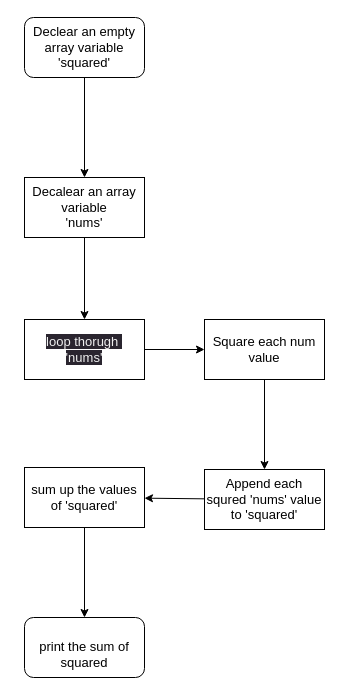
The draw.io diagram main.drawio in AnaduCG/pseudocode-alx, before the edit. Source tidied: cells renumbered, new cells numbered last; positions are measured from the earlier drawing's top-left corner, leaving out a move shared by most shapes. Both pictures are drawn from the tidied source at 100%, with x=0, y=0 at pixel (24, 17).
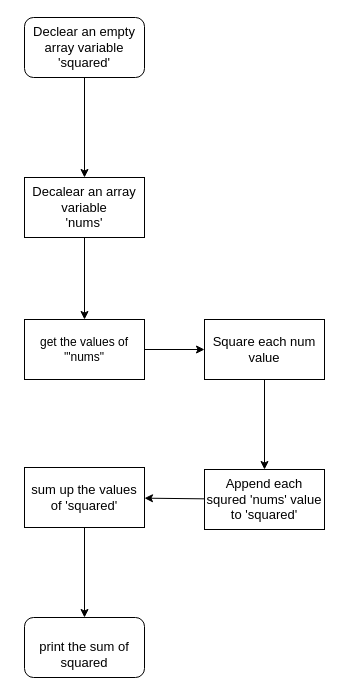
Above is the later version.

The edit, as a diff of the source:
```diff
@@
 <mxGraphModel>
   <root>
     <mxCell id="0" />
     <mxCell id="1" parent="0" />
     <mxCell id="2" style="edgeStyle=none;html=1;" parent="1" edge="1" source="3" target="6">
       <mxGeometry relative="1" as="geometry" />
     </mxCell>
     <mxCell id="3" value="&lt;font style=&quot;font-size: 13px;&quot;&gt;Square each num value&lt;/font&gt;" style="whiteSpace=wrap;html=1;" parent="1" vertex="1">
       <mxGeometry x="180" y="302" width="120" height="60" as="geometry" />
     </mxCell>
     <mxCell id="4" style="edgeStyle=none;html=1;startArrow=none;" parent="1" edge="1" source="15">
       <mxGeometry relative="1" as="geometry">
         <mxPoint x="40" y="482" as="targetPoint" />
       </mxGeometry>
     </mxCell>
     <mxCell id="5" style="edgeStyle=none;html=1;" parent="1" edge="1" source="6" target="15">
       <mxGeometry relative="1" as="geometry" />
     </mxCell>
     <mxCell id="6" value="&lt;font style=&quot;font-size: 13px;&quot;&gt;Append each squred 'nums' value to 'squared'&lt;/font&gt;" style="whiteSpace=wrap;html=1;" parent="1" vertex="1">
       <mxGeometry x="180" y="452" width="120" height="60" as="geometry" />
     </mxCell>
     <mxCell id="7" style="edgeStyle=none;html=1;" parent="1" edge="1" source="8" target="10">
       <mxGeometry relative="1" as="geometry" />
     </mxCell>
     <mxCell id="8" value="&lt;span style=&quot;font-size: 13px;&quot;&gt;Declear an empty array variable 'squared'&lt;/span&gt;" style="rounded=1;whiteSpace=wrap;html=1;" parent="1" vertex="1">
       <mxGeometry width="120" height="60" as="geometry" />
     </mxCell>
     <mxCell id="9" style="edgeStyle=none;html=1;" parent="1" edge="1" source="10" target="12">
       <mxGeometry relative="1" as="geometry" />
     </mxCell>
     <mxCell id="10" value="&lt;span style=&quot;font-size: 13px;&quot;&gt;Decalear an array variable&lt;/span&gt;&lt;br style=&quot;font-size: 13px;&quot;&gt;&lt;span style=&quot;font-size: 13px;&quot;&gt;'nums'&lt;/span&gt;" style="whiteSpace=wrap;html=1;" parent="1" vertex="1">
       <mxGeometry y="160" width="120" height="60" as="geometry" />
     </mxCell>
     <mxCell id="11" style="edgeStyle=none;html=1;" parent="1" edge="1" source="12" target="3">
       <mxGeometry relative="1" as="geometry" />
     </mxCell>
-    <mxCell id="12" value="&#10;&lt;br style=&quot;border-color: rgb(0, 0, 0); color: rgb(240, 240, 240); font-family: Helvetica; font-size: 13px; font-style: normal; font-variant-ligatures: normal; font-variant-caps: normal; font-weight: 400; letter-spacing: normal; orphans: 2; text-align: center; text-indent: 0px; text-transform: none; widows: 2; word-spacing: 0px; -webkit-text-stroke-width: 0px; background-color: rgb(42, 37, 47); text-decoration-thickness: initial; text-decoration-style: initial; text-decoration-color: initial;&quot;&gt;&lt;span style=&quot;color: rgb(240, 240, 240); font-family: Helvetica; font-size: 13px; font-style: normal; font-variant-ligatures: normal; font-variant-caps: normal; font-weight: 400; letter-spacing: normal; orphans: 2; text-align: center; text-indent: 0px; text-transform: none; widows: 2; word-spacing: 0px; -webkit-text-stroke-width: 0px; background-color: rgb(42, 37, 47); text-decoration-thickness: initial; text-decoration-style: initial; text-decoration-color: initial; float: none; display: inline !important;&quot;&gt;loop thorugh&amp;nbsp;&lt;/span&gt;&lt;br style=&quot;border-color: rgb(0, 0, 0); color: rgb(240, 240, 240); font-family: Helvetica; font-size: 13px; font-style: normal; font-variant-ligatures: normal; font-variant-caps: normal; font-weight: 400; letter-spacing: normal; orphans: 2; text-align: center; text-indent: 0px; text-transform: none; widows: 2; word-spacing: 0px; -webkit-text-stroke-width: 0px; background-color: rgb(42, 37, 47); text-decoration-thickness: initial; text-decoration-style: initial; text-decoration-color: initial;&quot;&gt;&lt;span style=&quot;color: rgb(240, 240, 240); font-family: Helvetica; font-size: 13px; font-style: normal; font-variant-ligatures: normal; font-variant-caps: normal; font-weight: 400; letter-spacing: normal; orphans: 2; text-align: center; text-indent: 0px; text-transform: none; widows: 2; word-spacing: 0px; -webkit-text-stroke-width: 0px; background-color: rgb(42, 37, 47); text-decoration-thickness: initial; text-decoration-style: initial; text-decoration-color: initial; float: none; display: inline !important;&quot;&gt;'nums'&lt;/span&gt;&#10;&#10;" style="whiteSpace=wrap;html=1;" parent="1" vertex="1">
+    <mxCell id="12" value="get the values of '&quot;nums&quot;" style="whiteSpace=wrap;html=1;" parent="1" vertex="1">
       <mxGeometry y="302" width="120" height="60" as="geometry" />
     </mxCell>
     <mxCell id="13" value="&lt;br&gt;&lt;span style=&quot;font-size: 13px;&quot;&gt;print the sum of squared&lt;/span&gt;" style="rounded=1;whiteSpace=wrap;html=1;" parent="1" vertex="1">
       <mxGeometry y="600" width="120" height="60" as="geometry" />
     </mxCell>
     <mxCell id="14" style="edgeStyle=none;html=1;" parent="1" edge="1" source="15" target="13">
       <mxGeometry relative="1" as="geometry" />
     </mxCell>
     <mxCell id="15" value="&lt;font style=&quot;font-size: 13px;&quot;&gt;sum up the values of 'squared'&lt;/font&gt;" style="whiteSpace=wrap;html=1;" parent="1" vertex="1">
       <mxGeometry y="450" width="120" height="60" as="geometry" />
     </mxCell>
   </root>
 </mxGraphModel>
```
